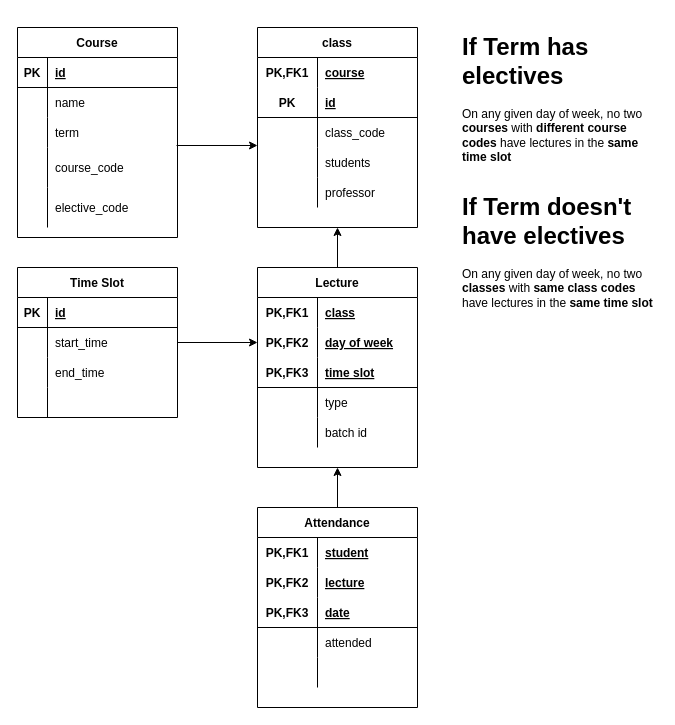
The draw.io diagram page "Timetable & Attendance" (7 of 7) of miscellaneous/revamp.drawio in Epic-ERP/media, before the edit. Source tidied: cells renumbered, new cells numbered last; positions are measured from the earlier drawing's top-left corner, leaving out a move shared by most shapes. Both pictures are drawn from the tidied source at 100%, with x=0, y=0 at pixel (17, 27).
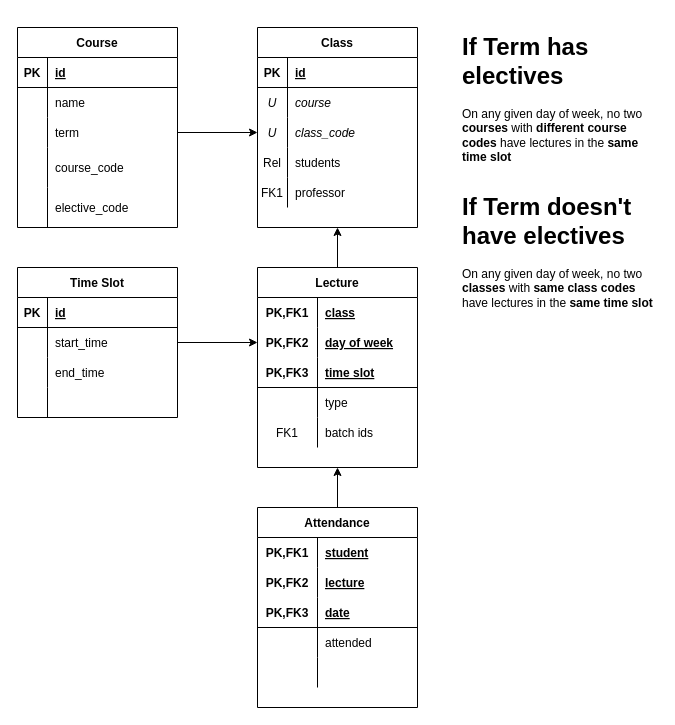
Above is the later version.

The change refers to these unchanged cells:
```xml
<mxCell id="22" style="shape=partialRectangle;fillColor=none;top=0;left=0;bottom=0;right=0;points=[[0,0.5],[1,0.5]];portConstraint=eastwest;" parent="15" vertex="1">
  <mxGeometry y="90" width="160" height="30" as="geometry" />
</mxCell>
<mxCell id="25" style="shape=partialRectangle;fillColor=none;top=0;left=0;bottom=0;right=0;points=[[0,0.5],[1,0.5]];portConstraint=eastwest;" parent="15" vertex="1">
  <mxGeometry y="120" width="160" height="40" as="geometry" />
</mxCell>
<mxCell id="51" value="Lecture" style="shape=table;startSize=30;childLayout=tableLayout;rowLines=0;fontStyle=1;align=center;" parent="1" vertex="1">
  <mxGeometry x="240" y="240" width="160" height="200" as="geometry" />
</mxCell>
<mxCell id="64" style="shape=partialRectangle;fillColor=none;top=0;left=0;bottom=0;right=0;" parent="51" vertex="1">
  <mxGeometry y="150" width="160" height="30" as="geometry" />
</mxCell>
```

What changed in the source:
```diff
@@
     <mxCell id="15" value="Course" style="shape=table;startSize=30;childLayout=tableLayout;rowLines=0;fontStyle=1;align=center;" parent="1" vertex="1">
-      <mxGeometry width="160" height="210" as="geometry" />
+      <mxGeometry width="160" height="200" as="geometry" />
     </mxCell>
@@
-    <mxCell id="31" value="class" style="shape=table;startSize=30;childLayout=tableLayout;rowLines=0;fontStyle=1;align=center;" parent="1" vertex="1">
-      <mxGeometry x="240" width="160" height="200" as="geometry" />
-    </mxCell>
-    <mxCell id="32" style="shape=partialRectangle;fillColor=none;top=0;left=0;bottom=0;right=0;" parent="31" vertex="1">
-      <mxGeometry y="30" width="160" height="30" as="geometry" />
-    </mxCell>
-    <mxCell id="33" value="PK,FK1" style="shape=partialRectangle;fillColor=none;top=0;left=0;bottom=0;right=0;fontStyle=1;overflow=hidden;" parent="32" vertex="1">
-      <mxGeometry width="60" height="30" as="geometry" />
-    </mxCell>
-    <mxCell id="34" value="course" style="shape=partialRectangle;fillColor=none;top=0;left=0;bottom=0;right=0;align=left;spacingLeft=6;fontStyle=5;overflow=hidden;" parent="32" vertex="1">
-      <mxGeometry x="60" width="100" height="30" as="geometry" />
-    </mxCell>
-    <mxCell id="35" style="shape=partialRectangle;fillColor=none;top=0;left=0;bottom=1;right=0;" parent="31" vertex="1">
-      <mxGeometry y="60" width="160" height="30" as="geometry" />
-    </mxCell>
-    <mxCell id="36" value="PK" style="shape=partialRectangle;fillColor=none;top=0;left=0;bottom=0;right=0;fontStyle=1;overflow=hidden;" parent="35" vertex="1">
-      <mxGeometry width="60" height="30" as="geometry" />
-    </mxCell>
-    <mxCell id="37" value="id" style="shape=partialRectangle;fillColor=none;top=0;left=0;bottom=0;right=0;align=left;spacingLeft=6;fontStyle=5;overflow=hidden;" parent="35" vertex="1">
-      <mxGeometry x="60" width="100" height="30" as="geometry" />
-    </mxCell>
-    <mxCell id="38" style="shape=partialRectangle;fillColor=none;top=0;left=0;bottom=0;right=0;points=[[0,0.5],[1,0.5]];portConstraint=eastwest;" parent="31" vertex="1">
-      <mxGeometry y="90" width="160" height="30" as="geometry" />
-    </mxCell>
-    <mxCell id="39" style="shape=partialRectangle;fillColor=none;top=0;left=0;bottom=0;right=0;overflow=hidden;" parent="38" vertex="1">
-      <mxGeometry width="60" height="30" as="geometry" />
-    </mxCell>
-    <mxCell id="40" value="class_code" style="shape=partialRectangle;fillColor=none;top=0;left=0;bottom=0;right=0;align=left;spacingLeft=6;overflow=hidden;" parent="38" vertex="1">
-      <mxGeometry x="60" width="100" height="30" as="geometry" />
-    </mxCell>
-    <mxCell id="41" style="shape=partialRectangle;fillColor=none;top=0;left=0;bottom=0;right=0;points=[[0,0.5],[1,0.5]];portConstraint=eastwest;" parent="31" vertex="1">
-      <mxGeometry y="120" width="160" height="30" as="geometry" />
-    </mxCell>
-    <mxCell id="42" style="shape=partialRectangle;fillColor=none;top=0;left=0;bottom=0;right=0;overflow=hidden;" parent="41" vertex="1">
-      <mxGeometry width="60" height="30" as="geometry" />
-    </mxCell>
-    <mxCell id="43" value="students" style="shape=partialRectangle;fillColor=none;top=0;left=0;bottom=0;right=0;align=left;spacingLeft=6;overflow=hidden;" parent="41" vertex="1">
-      <mxGeometry x="60" width="100" height="30" as="geometry" />
-    </mxCell>
-    <mxCell id="44" style="shape=partialRectangle;fillColor=none;top=0;left=0;bottom=0;right=0;" parent="31" vertex="1">
-      <mxGeometry y="150" width="160" height="30" as="geometry" />
-    </mxCell>
-    <mxCell id="45" style="shape=partialRectangle;fillColor=none;top=0;left=0;bottom=0;right=0;overflow=hidden;" parent="44" vertex="1">
-      <mxGeometry width="60" height="30" as="geometry" />
-    </mxCell>
-    <mxCell id="46" value="professor" style="shape=partialRectangle;fillColor=none;top=0;left=0;bottom=0;right=0;align=left;spacingLeft=6;overflow=hidden;" parent="44" vertex="1">
-      <mxGeometry x="60" width="100" height="30" as="geometry" />
-    </mxCell>
-    <mxCell id="47" style="edgeStyle=orthogonalEdgeStyle;rounded=0;jettySize=auto;html=1;entryX=0;entryY=-0.067;entryDx=0;entryDy=0;exitX=0.994;exitY=-0.05;exitDx=0;exitDy=0;exitPerimeter=0;entryPerimeter=0;" parent="1" edge="1" source="25" target="41">
-      <mxGeometry relative="1" as="geometry" />
-    </mxCell>
@@
-    <mxCell id="50" style="edgeStyle=orthogonalEdgeStyle;rounded=0;jettySize=auto;html=1;entryX=0.5;entryY=1;entryDx=0;entryDy=0;" parent="1" edge="1" source="51" target="31">
-      <mxGeometry relative="1" as="geometry" />
-    </mxCell>
+    <mxCell id="85" style="edgeStyle=orthogonalEdgeStyle;rounded=0;jettySize=auto;html=1;entryX=0.5;entryY=1;entryDx=0;entryDy=0;" parent="1" edge="1" source="51" target="86">
+      <mxGeometry relative="1" as="geometry" />
+    </mxCell>
@@
-    <mxCell id="65" style="shape=partialRectangle;fillColor=none;top=0;left=0;bottom=0;right=0;overflow=hidden;" parent="64" vertex="1">
+    <mxCell id="65" value="FK1" style="shape=partialRectangle;fillColor=none;top=0;left=0;bottom=0;right=0;overflow=hidden;" parent="64" vertex="1">
       <mxGeometry width="60" height="30" as="geometry" />
     </mxCell>
-    <mxCell id="66" value="batch id" style="shape=partialRectangle;fillColor=none;top=0;left=0;bottom=0;right=0;align=left;spacingLeft=6;overflow=hidden;" parent="64" vertex="1">
+    <mxCell id="66" value="batch ids" style="shape=partialRectangle;fillColor=none;top=0;left=0;bottom=0;right=0;align=left;spacingLeft=6;overflow=hidden;" parent="64" vertex="1">
       <mxGeometry x="60" width="100" height="30" as="geometry" />
     </mxCell>
@@
+    <mxCell id="86" value="Class" style="shape=table;startSize=30;childLayout=tableLayout;rowLines=0;fontStyle=1;align=center;" parent="1" vertex="1">
+      <mxGeometry x="240" width="160" height="200" as="geometry" />
+    </mxCell>
+    <mxCell id="87" style="shape=partialRectangle;fillColor=none;top=0;left=0;bottom=1;right=0;" parent="86" vertex="1">
+      <mxGeometry y="30" width="160" height="30" as="geometry" />
+    </mxCell>
+    <mxCell id="36" value="PK" style="shape=partialRectangle;fillColor=none;top=0;left=0;bottom=0;right=0;fontStyle=1;overflow=hidden;" parent="87" vertex="1">
+      <mxGeometry width="30" height="30" as="geometry" />
+    </mxCell>
+    <mxCell id="37" value="id" style="shape=partialRectangle;fillColor=none;top=0;left=0;bottom=0;right=0;align=left;spacingLeft=6;fontStyle=5;overflow=hidden;" parent="87" vertex="1">
+      <mxGeometry x="30" width="130" height="30" as="geometry" />
+    </mxCell>
+    <mxCell id="88" style="shape=partialRectangle;fillColor=none;top=0;left=0;bottom=0;right=0;" parent="86" vertex="1">
+      <mxGeometry y="60" width="160" height="30" as="geometry" />
+    </mxCell>
+    <mxCell id="89" value="U" style="shape=partialRectangle;fillColor=none;top=0;left=0;bottom=0;right=0;overflow=hidden;fontStyle=2;" parent="88" vertex="1">
+      <mxGeometry width="30" height="30" as="geometry" />
+    </mxCell>
+    <mxCell id="34" value="course" style="shape=partialRectangle;fillColor=none;top=0;left=0;bottom=0;right=0;align=left;spacingLeft=6;overflow=hidden;fontStyle=2;" parent="88" vertex="1">
+      <mxGeometry x="30" width="130" height="30" as="geometry" />
+    </mxCell>
+    <mxCell id="38" style="shape=partialRectangle;fillColor=none;top=0;left=0;bottom=0;right=0;points=[[0,0.5],[1,0.5]];portConstraint=eastwest;" parent="86" vertex="1">
+      <mxGeometry y="90" width="160" height="30" as="geometry" />
+    </mxCell>
+    <mxCell id="90" value="U" style="shape=partialRectangle;fillColor=none;top=0;left=0;bottom=0;right=0;overflow=hidden;fontStyle=2;" parent="38" vertex="1">
+      <mxGeometry width="30" height="30" as="geometry" />
+    </mxCell>
+    <mxCell id="40" value="class_code" style="shape=partialRectangle;fillColor=none;top=0;left=0;bottom=0;right=0;align=left;spacingLeft=6;overflow=hidden;fontStyle=2;" parent="38" vertex="1">
+      <mxGeometry x="30" width="130" height="30" as="geometry" />
+    </mxCell>
+    <mxCell id="41" style="shape=partialRectangle;fillColor=none;top=0;left=0;bottom=0;right=0;points=[[0,0.5],[1,0.5]];portConstraint=eastwest;" parent="86" vertex="1">
+      <mxGeometry y="120" width="160" height="30" as="geometry" />
+    </mxCell>
+    <mxCell id="91" value="Rel" style="shape=partialRectangle;fillColor=none;top=0;left=0;bottom=0;right=0;overflow=hidden;" parent="41" vertex="1">
+      <mxGeometry width="30" height="30" as="geometry" />
+    </mxCell>
+    <mxCell id="43" value="students" style="shape=partialRectangle;fillColor=none;top=0;left=0;bottom=0;right=0;align=left;spacingLeft=6;overflow=hidden;" parent="41" vertex="1">
+      <mxGeometry x="30" width="130" height="30" as="geometry" />
+    </mxCell>
+    <mxCell id="44" style="shape=partialRectangle;fillColor=none;top=0;left=0;bottom=0;right=0;" parent="86" vertex="1">
+      <mxGeometry y="150" width="160" height="30" as="geometry" />
+    </mxCell>
+    <mxCell id="92" value="FK1" style="shape=partialRectangle;fillColor=none;top=0;left=0;bottom=0;right=0;overflow=hidden;" parent="44" vertex="1">
+      <mxGeometry width="30" height="30" as="geometry" />
+    </mxCell>
+    <mxCell id="46" value="professor" style="shape=partialRectangle;fillColor=none;top=0;left=0;bottom=0;right=0;align=left;spacingLeft=6;overflow=hidden;" parent="44" vertex="1">
+      <mxGeometry x="30" width="130" height="30" as="geometry" />
+    </mxCell>
+    <mxCell id="93" style="edgeStyle=orthogonalEdgeStyle;rounded=0;jettySize=auto;html=1;entryX=0;entryY=0.5;entryDx=0;entryDy=0;" parent="1" edge="1" source="22" target="38">
+      <mxGeometry relative="1" as="geometry" />
+    </mxCell>
```
